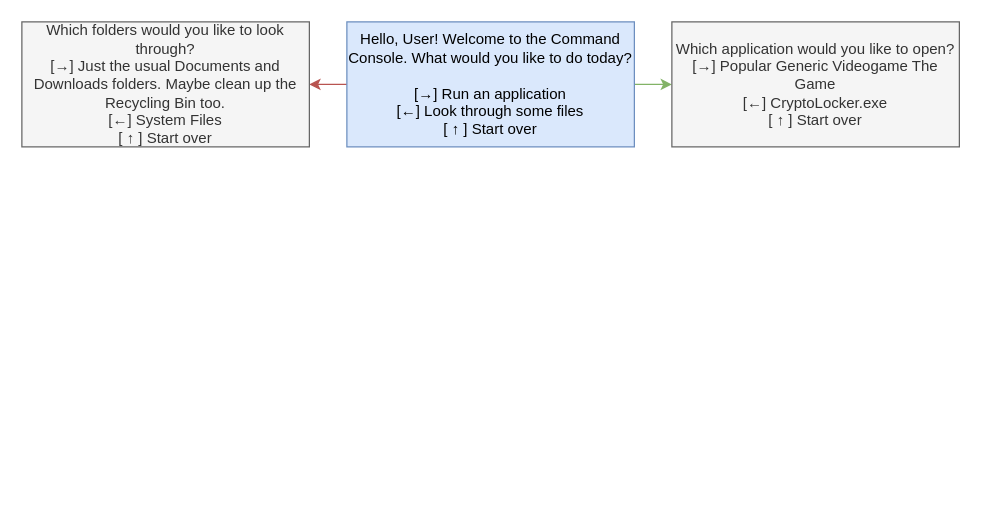
Before: Story Diagram.drawio in BlizzardBunny/command-console-the-game, a draw.io diagram. Source tidied: cells renumbered, new cells numbered last; positions are measured from the earlier drawing's top-left corner, leaving out a move shared by most shapes. Both pictures are drawn from the tidied source at 125%, with x=0, y=0 at pixel (21, 21).
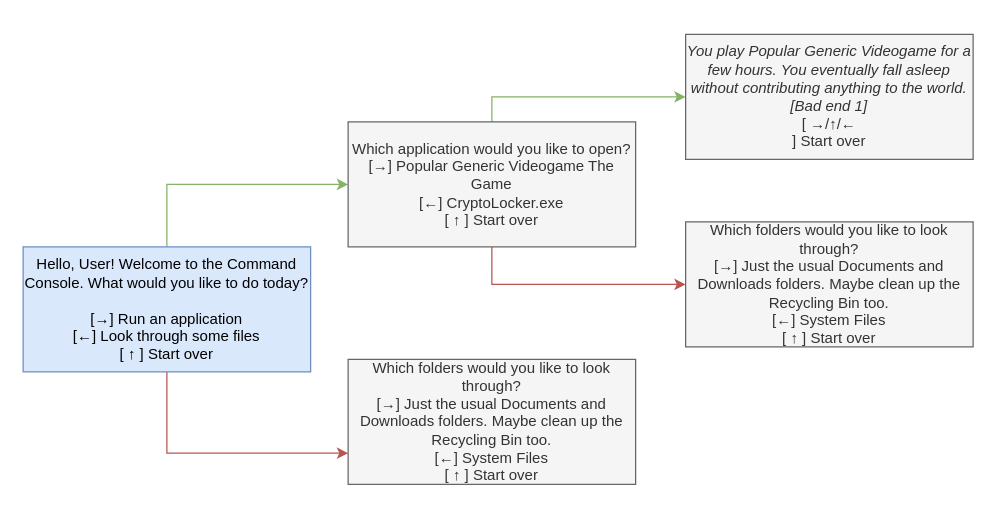
Above is the later version.

Commit message:
bad end 1 added

Change to the diagram source:
```diff
@@
 <mxGraphModel>
   <root>
     <mxCell id="0" />
     <mxCell id="1" parent="0" />
-    <mxCell id="2" style="edgeStyle=orthogonalEdgeStyle;rounded=0;jettySize=auto;html=1;exitX=1;exitY=0.5;exitDx=0;exitDy=0;entryX=0;entryY=0.5;entryDx=0;entryDy=0;fillColor=#d5e8d4;strokeColor=#82b366;" parent="1" edge="1" source="4" target="5">
+    <mxCell id="2" style="edgeStyle=orthogonalEdgeStyle;rounded=0;jettySize=auto;html=1;exitX=0.5;exitY=0;exitDx=0;exitDy=0;entryX=0;entryY=0.5;entryDx=0;entryDy=0;fillColor=#d5e8d4;strokeColor=#82b366;" parent="1" edge="1" source="4" target="5">
       <mxGeometry relative="1" as="geometry" />
     </mxCell>
-    <mxCell id="3" style="edgeStyle=orthogonalEdgeStyle;rounded=0;jettySize=auto;html=1;exitX=0;exitY=0.5;exitDx=0;exitDy=0;entryX=1;entryY=0.5;entryDx=0;entryDy=0;fillColor=#f8cecc;strokeColor=#b85450;" parent="1" edge="1" source="4" target="6">
+    <mxCell id="3" style="edgeStyle=orthogonalEdgeStyle;rounded=0;jettySize=auto;html=1;exitX=0.5;exitY=1;exitDx=0;exitDy=0;entryX=0;entryY=0.75;entryDx=0;entryDy=0;fillColor=#f8cecc;strokeColor=#b85450;" parent="1" edge="1" source="4" target="6">
       <mxGeometry relative="1" as="geometry" />
     </mxCell>
     <mxCell id="4" value="&lt;div&gt;Hello, User! Welcome to the Command Console. What would you like to do today?&lt;/div&gt;&lt;div&gt;&lt;br&gt;&lt;/div&gt;&lt;div&gt;[→] Run an application&lt;/div&gt;&lt;div&gt;[←] Look through some files&lt;/div&gt;&lt;div&gt;[ ↑ ] Start over&lt;/div&gt;" style="text;html=1;strokeColor=#6c8ebf;fillColor=#dae8fc;align=center;verticalAlign=middle;whiteSpace=wrap;rounded=0;" parent="1" vertex="1">
-      <mxGeometry x="260" width="230" height="100" as="geometry" />
+      <mxGeometry x="1" y="180" width="230" height="100" as="geometry" />
     </mxCell>
+    <mxCell id="7" style="edgeStyle=orthogonalEdgeStyle;rounded=0;jettySize=auto;html=1;exitX=0.5;exitY=0;exitDx=0;exitDy=0;entryX=0;entryY=0.5;entryDx=0;entryDy=0;fillColor=#d5e8d4;strokeColor=#82b366;" parent="1" edge="1" source="5" target="10">
+      <mxGeometry relative="1" as="geometry" />
+    </mxCell>
+    <mxCell id="8" style="edgeStyle=orthogonalEdgeStyle;rounded=0;jettySize=auto;html=1;exitX=0.5;exitY=1;exitDx=0;exitDy=0;entryX=0;entryY=0.5;entryDx=0;entryDy=0;fillColor=#f8cecc;strokeColor=#b85450;" parent="1" edge="1" source="5" target="9">
+      <mxGeometry relative="1" as="geometry" />
+    </mxCell>
     <mxCell id="5" value="&lt;div&gt;Which application would you like to open?&lt;/div&gt;&lt;div&gt;&lt;span&gt; &lt;/span&gt;[→] Popular Generic Videogame The Game&lt;/div&gt;&lt;div&gt;&lt;span&gt; &lt;/span&gt;[←] CryptoLocker.exe&lt;/div&gt;&lt;div&gt;&lt;span&gt; &lt;/span&gt;[ ↑ ] Start over&lt;/div&gt;" style="text;html=1;align=center;verticalAlign=middle;whiteSpace=wrap;rounded=0;fillColor=#f5f5f5;strokeColor=#666666;fontColor=#333333;" parent="1" vertex="1">
-      <mxGeometry x="520" width="230" height="100" as="geometry" />
+      <mxGeometry x="261" y="80" width="230" height="100" as="geometry" />
     </mxCell>
     <mxCell id="6" value="&lt;div&gt;Which folders would you like to look through?&lt;/div&gt;&lt;div&gt;&lt;span&gt; &lt;/span&gt;[→] Just the usual Documents and Downloads folders. Maybe clean up the Recycling Bin too.&lt;/div&gt;&lt;div&gt;&lt;span&gt; &lt;/span&gt;[←] System Files&lt;/div&gt;&lt;div&gt;&lt;span&gt; &lt;/span&gt;[ ↑ ] Start over&lt;/div&gt;" style="text;html=1;strokeColor=#666666;fillColor=#f5f5f5;align=center;verticalAlign=middle;whiteSpace=wrap;rounded=0;fontColor=#333333;" parent="1" vertex="1">
-      <mxGeometry width="230" height="100" as="geometry" />
+      <mxGeometry x="261" y="270" width="230" height="100" as="geometry" />
     </mxCell>
+    <mxCell id="9" value="&lt;div&gt;Which folders would you like to look through?&lt;/div&gt;&lt;div&gt;&lt;span&gt; &lt;/span&gt;[→] Just the usual Documents and Downloads folders. Maybe clean up the Recycling Bin too.&lt;/div&gt;&lt;div&gt;&lt;span&gt; &lt;/span&gt;[←] System Files&lt;/div&gt;&lt;div&gt;&lt;span&gt; &lt;/span&gt;[ ↑ ] Start over&lt;/div&gt;" style="text;html=1;strokeColor=#666666;fillColor=#f5f5f5;align=center;verticalAlign=middle;whiteSpace=wrap;rounded=0;fontColor=#333333;" parent="1" vertex="1">
+      <mxGeometry x="531" y="160" width="230" height="100" as="geometry" />
+    </mxCell>
+    <mxCell id="10" value="&lt;i&gt;You play Popular Generic Videogame for a few hours. You eventually fall asleep without contributing anything to the world. [Bad end 1]&lt;br&gt;&lt;/i&gt;[ →/↑/←&lt;br&gt;] Start over&lt;i&gt;&lt;br&gt;&lt;/i&gt;" style="text;html=1;strokeColor=#666666;fillColor=#f5f5f5;align=center;verticalAlign=middle;whiteSpace=wrap;rounded=0;fontColor=#333333;" parent="1" vertex="1">
+      <mxGeometry x="531" y="10" width="230" height="100" as="geometry" />
+    </mxCell>
   </root>
 </mxGraphModel>
```
